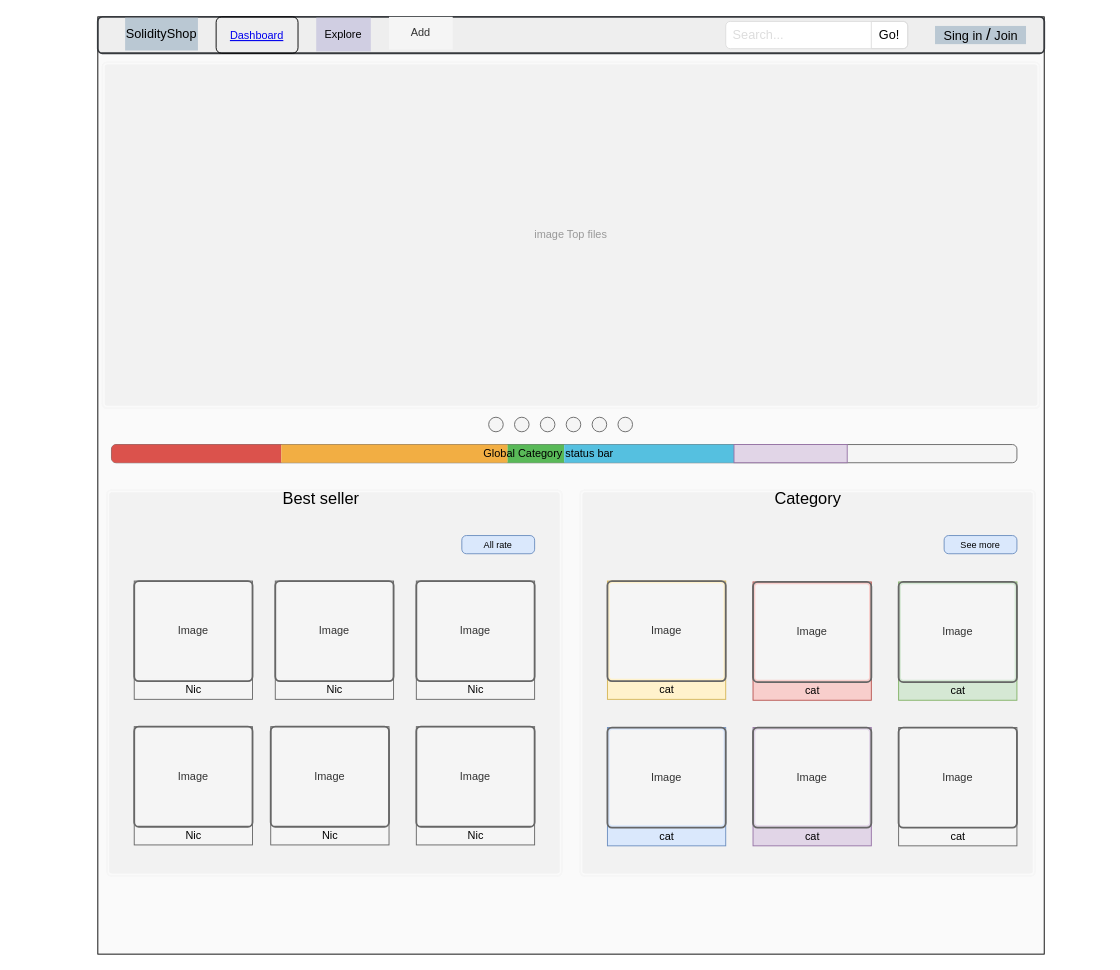
The draw.io diagram page "Home" (1 of 3) of Frontend/Doc/home.drawio in victorfog/SolidityProject, before the edit. Source tidied: cells renumbered, new cells numbered last; positions are measured from the earlier drawing's top-left corner, leaving out a move shared by most shapes. Both pictures are drawn from the tidied source at 91%, with x=0, y=0 at pixel (97, 16).
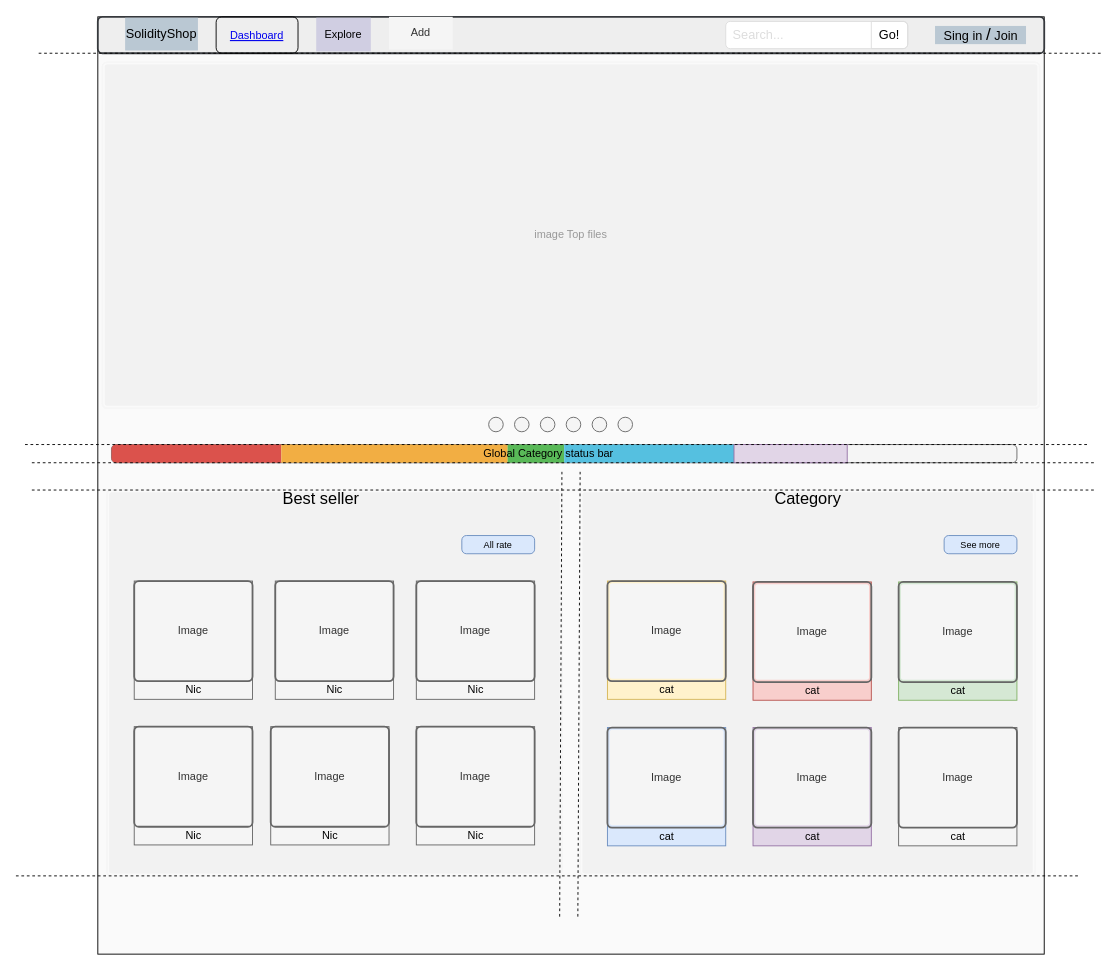
After the change.

The change refers to these unchanged cells:
```xml
<mxCell id="2" style="rounded=0;whiteSpace=wrap;html=1;fillColor=#FAFAFA;" parent="1" vertex="1">
  <mxGeometry width="1040" height="1030" as="geometry" />
</mxCell>
```

The edit, as a diff of the source:
```diff
@@
+    <mxCell id="71" style="endArrow=none;dashed=1;html=1;" parent="1" edge="1">
+      <mxGeometry relative="1" as="geometry">
+        <mxPoint x="-65" y="40" as="sourcePoint" />
+        <mxPoint x="1105" y="40" as="targetPoint" />
+      </mxGeometry>
+    </mxCell>
+    <mxCell id="72" style="endArrow=none;dashed=1;html=1;" parent="1" edge="1">
+      <mxGeometry relative="1" as="geometry">
+        <mxPoint x="-80" y="470" as="sourcePoint" />
+        <mxPoint x="1090" y="470" as="targetPoint" />
+      </mxGeometry>
+    </mxCell>
+    <mxCell id="73" style="endArrow=none;dashed=1;html=1;" parent="1" edge="1">
+      <mxGeometry relative="1" as="geometry">
+        <mxPoint x="-72.5" y="490" as="sourcePoint" />
+        <mxPoint x="1097.5" y="490" as="targetPoint" />
+      </mxGeometry>
+    </mxCell>
+    <mxCell id="74" style="endArrow=none;dashed=1;html=1;" parent="1" edge="1">
+      <mxGeometry relative="1" as="geometry">
+        <mxPoint x="-72.5" y="520" as="sourcePoint" />
+        <mxPoint x="1097.5" y="520" as="targetPoint" />
+      </mxGeometry>
+    </mxCell>
+    <mxCell id="75" style="endArrow=none;dashed=1;html=1;" parent="1" edge="1">
+      <mxGeometry relative="1" as="geometry">
+        <mxPoint x="-90" y="944" as="sourcePoint" />
+        <mxPoint x="1080" y="944" as="targetPoint" />
+      </mxGeometry>
+    </mxCell>
+    <mxCell id="76" style="endArrow=none;dashed=1;html=1;exitX=0.488;exitY=0.96;exitDx=0;exitDy=0;exitPerimeter=0;" parent="1" edge="1" source="2">
+      <mxGeometry relative="1" as="geometry">
+        <mxPoint x="510" y="500" as="targetPoint" />
+      </mxGeometry>
+    </mxCell>
+    <mxCell id="77" style="endArrow=none;dashed=1;html=1;exitX=0.488;exitY=0.96;exitDx=0;exitDy=0;exitPerimeter=0;" parent="1" edge="1">
+      <mxGeometry relative="1" as="geometry">
+        <mxPoint x="527.5" y="988.8" as="sourcePoint" />
+        <mxPoint x="530" y="500" as="targetPoint" />
+      </mxGeometry>
+    </mxCell>
```
